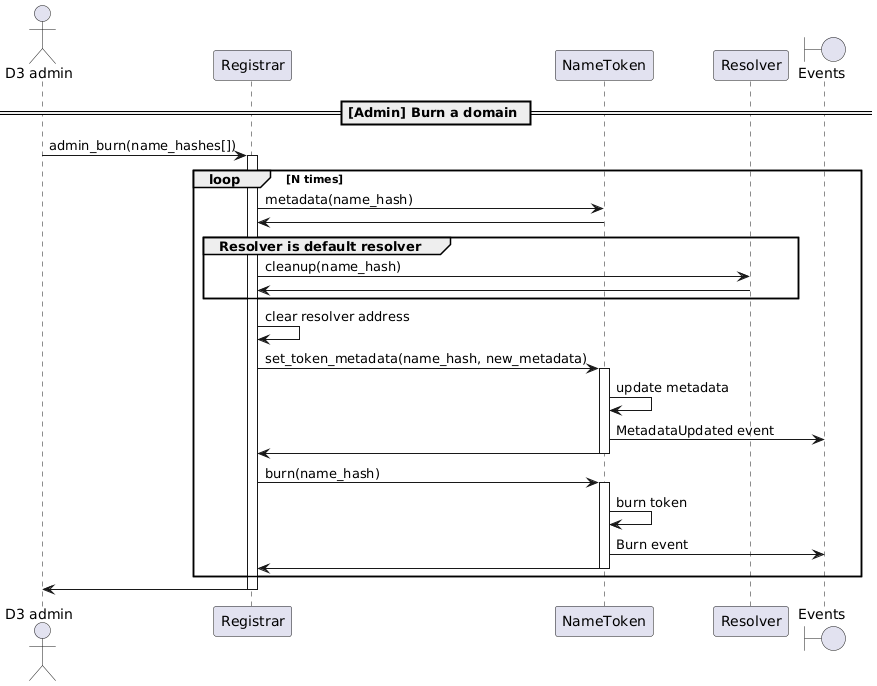
make-software/cspr-name-contracts keeps this PlantUML diagram as docs/sequence-diagrams/puml/burn-domain.png. Above is the earlier version.
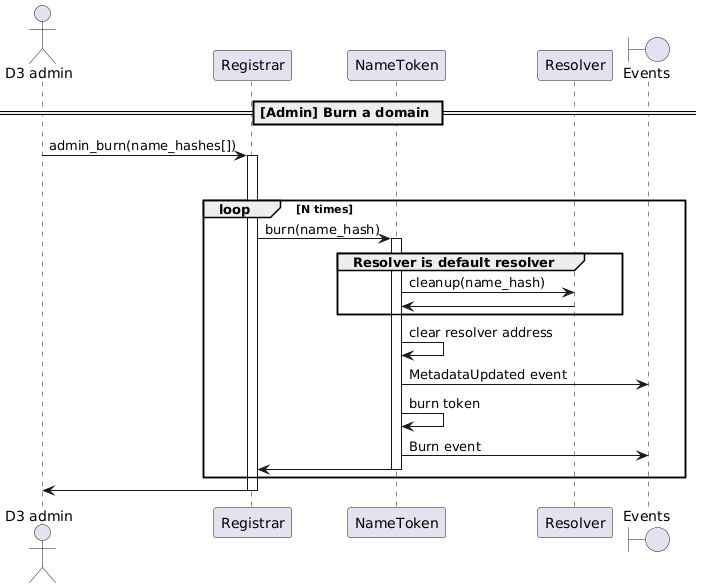
The same file after the commit.

What changed in the source:
```diff
@@ -11,21 +11,15 @@
 "D3 admin" -> "Registrar": admin_burn(name_hashes[])
 activate Registrar
 loop N times
-    Registrar -> NameToken: metadata(name_hash)
-    NameToken -> Registrar
-    group Resolver is default resolver
-        Registrar -> Resolver: cleanup(name_hash)
-        Resolver -> Registrar:
-    end
-    Registrar -> Registrar: clear resolver address
-    Registrar -> NameToken: set_token_metadata(name_hash, new_metadata)
-    activate NameToken
-    NameToken -> NameToken: update metadata
-    NameToken -> "Events": MetadataUpdated event
-    NameToken -> Registrar
     deactivate NameToken
     Registrar -> NameToken: burn(name_hash)
     activate NameToken
+    group Resolver is default resolver
+        NameToken -> Resolver: cleanup(name_hash)
+        Resolver -> NameToken:
+    end
+    NameToken -> NameToken: clear resolver address
+    NameToken -> "Events": MetadataUpdated event
     NameToken -> NameToken: burn token
     NameToken -> "Events": Burn event
     NameToken -> Registrar
```
